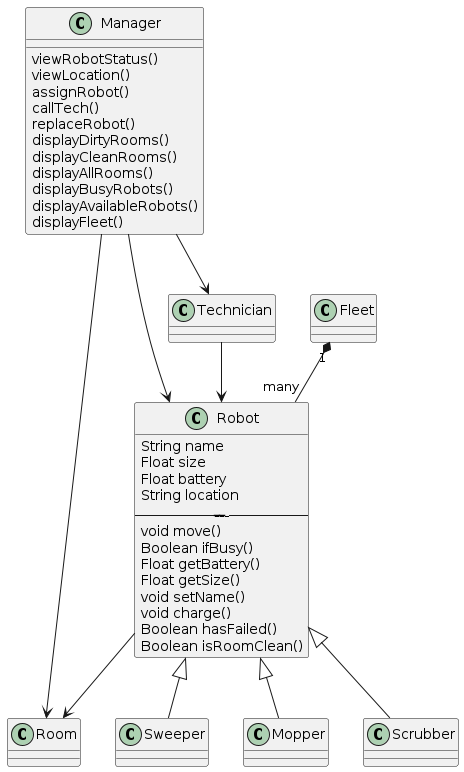
This is out/docs/design/ClassDiagram/Class Diagram.png from ur-cs-courses/course-project-catch-up, a PlantUML export, as it was before one commit. Its diagram source:
```plantuml
@startuml Class Diagram

Manager --> Room
Manager --> Robot
Manager --> Technician

Robot <|-- Sweeper
Robot <|-- Mopper
Robot <|-- Scrubber
Technician --> Robot
Robot --> Room
Fleet "1" *-- "many" Robot


class Manager
Manager : viewRobotStatus()
Manager : viewLocation()
Manager : assignRobot()
Manager : callTech()
Manager : replaceRobot()
Manager : displayDirtyRooms()
Manager : displayCleanRooms()
Manager : displayAllRooms()
Manager : displayBusyRobots()
Manager : displayAvailableRobots()
Manager : displayFleet()

class Room

class Robot{
String name
Float size
Float battery
String location
---------------
void move()
Boolean ifBusy()
Float getBattery()
Float getSize()
void setName()
void charge()
Boolean hasFailed()
Boolean isRoomClean()
}

class Fleet

class Technician

class Sweeper

class Scrubber

class Mopper

@enduml
```
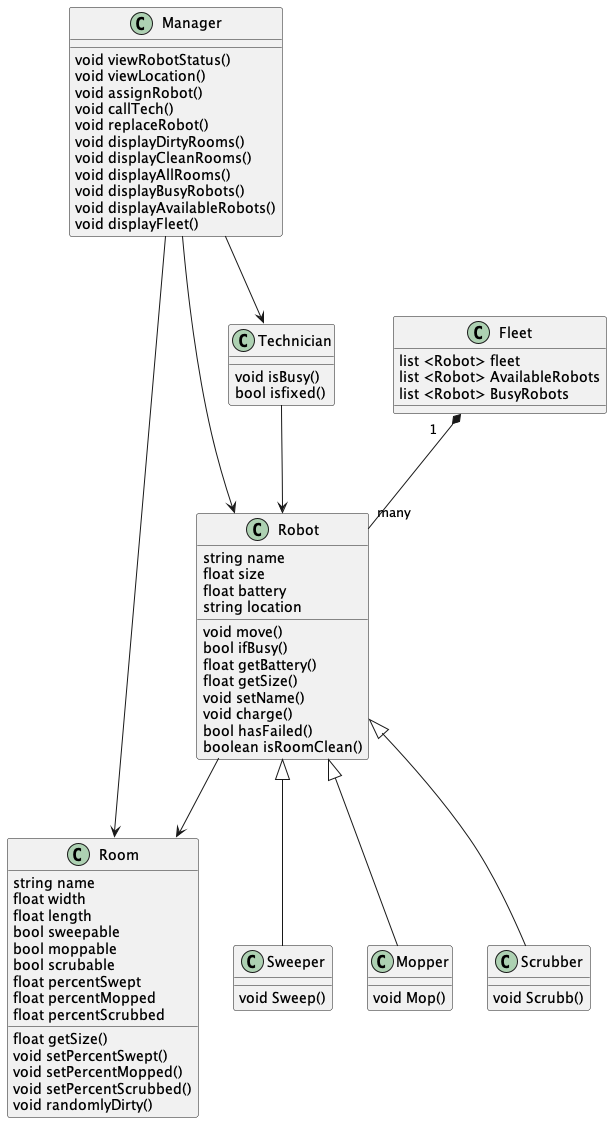
The same file after the commit.

Commit message:
Modified the documantion and updated the picture of class diagram

Change to the diagram source:
```diff
@@ -13,44 +13,75 @@
 
 
 class Manager
-Manager : viewRobotStatus()
-Manager : viewLocation()
-Manager : assignRobot()
-Manager : callTech()
-Manager : replaceRobot()
-Manager : displayDirtyRooms()
-Manager : displayCleanRooms()
-Manager : displayAllRooms()
-Manager : displayBusyRobots()
-Manager : displayAvailableRobots()
-Manager : displayFleet()
+Manager : void viewRobotStatus()
+Manager : void viewLocation()
+Manager : void assignRobot()
+Manager : void callTech()
+Manager : void replaceRobot()
+Manager : void displayDirtyRooms()
+Manager : void displayCleanRooms()
+Manager : void displayAllRooms()
+Manager : void displayBusyRobots()
+Manager : void displayAvailableRobots()
+Manager : void displayFleet()
 
-class Room
+class Room{
+string name
+float width
+float length
+bool sweepable
+bool moppable
+bool scrubable
+float percentSwept
+float percentMopped
+float percentScrubbed
+
+float getSize()
+void setPercentSwept()
+void setPercentMopped()
+void setPercentScrubbed()
+void randomlyDirty()
+}
 
 class Robot{
-String name
-Float size
-Float battery
-String location
----------------
+string name
+float size
+float battery
+string location
+
 void move()
-Boolean ifBusy()
-Float getBattery()
-Float getSize()
+bool ifBusy()
+float getBattery()
+float getSize()
 void setName()
 void charge()
-Boolean hasFailed()
-Boolean isRoomClean()
+bool hasFailed()
+boolean isRoomClean()
 }
 
-class Fleet
+class Fleet{
+      list <Robot> fleet
+      list <Robot> AvailableRobots
+      list <Robot> BusyRobots
 
-class Technician
+}
 
-class Sweeper
+class Technician{
+    void isBusy()
+    bool isfixed()
 
-class Scrubber
+}
 
-class Mopper
+class Sweeper{
+    void Sweep()
+}
+
+class Scrubber{
+    void Scrubb()
+}
+
+class Mopper{
+    void Mop()
+}
 
 @enduml
```
